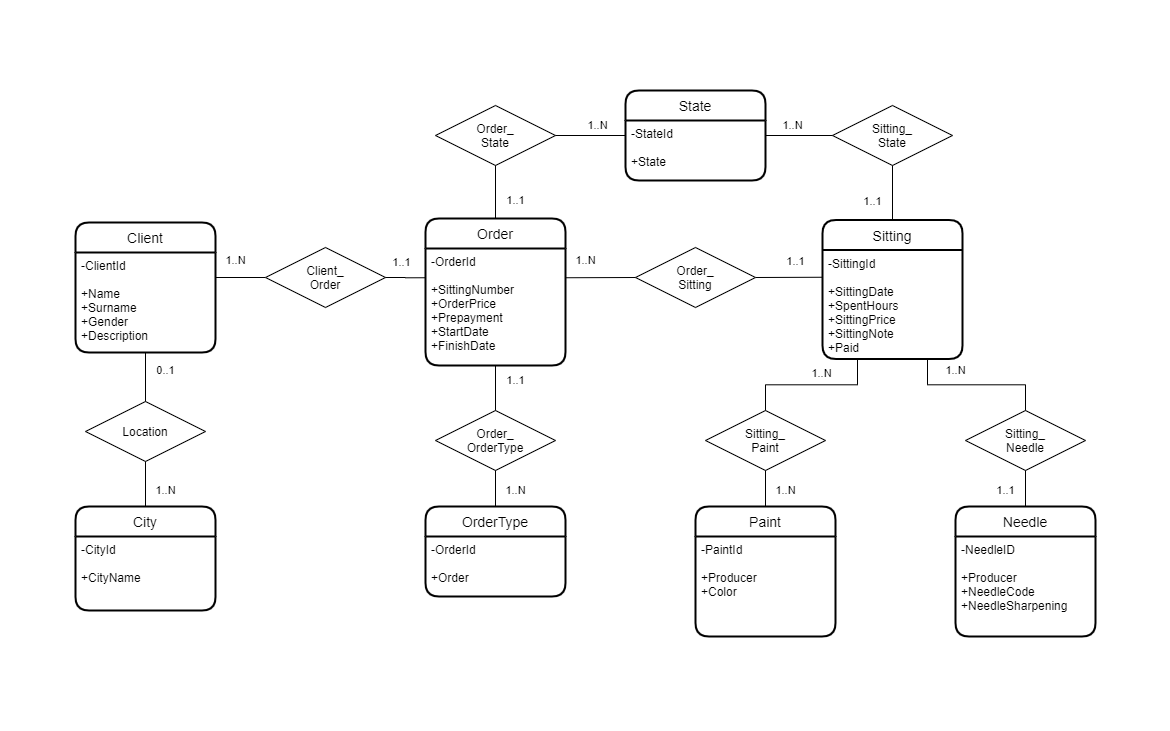
Earlier version of the draw.io export src/main/resources/database/EntityRelationship/MaxTattooER.png (Anathan24/MaxTattoo). Source tidied: cells renumbered, new cells last; positions are measured from the earlier drawing's top-left corner, leaving out a move shared by most shapes. The source it was exported from:
```xml
<mxGraphModel>
  <root>
    <mxCell id="0" />
    <mxCell id="1" parent="0" />
    <mxCell id="2" value="1..N" style="endArrow=none;html=1;rounded=0;exitX=1;exitY=0.25;exitDx=0;exitDy=0;edgeStyle=orthogonalEdgeStyle;entryX=0;entryY=0.5;entryDx=0;entryDy=0;" parent="1" edge="1" source="5" target="11">
      <mxGeometry x="-0.2" y="17" relative="1" as="geometry" />
    </mxCell>
    <mxCell id="3" value="1..1" style="endArrow=none;html=1;rounded=0;exitX=1;exitY=0.5;exitDx=0;exitDy=0;entryX=0;entryY=0.25;entryDx=0;entryDy=0;" parent="1" edge="1" source="10" target="7">
      <mxGeometry x="0.2" y="16" relative="1" as="geometry" />
    </mxCell>
    <mxCell id="4" value="Client" style="swimlane;horizontal=1;startSize=30;rounded=1;fontSize=14;fontStyle=0;strokeWidth=2;shadow=0;dashed=0;align=center;" parent="1" vertex="1">
      <mxGeometry x="75" y="222" width="140" height="130" as="geometry" />
    </mxCell>
    <mxCell id="5" value="-ClientId&#10;&#10;+Name&#10;+Surname&#10;+Gender&#10;+Description" style="align=left;strokeColor=none;fillColor=none;spacingLeft=4;fontSize=12;verticalAlign=top;" parent="4" vertex="1">
      <mxGeometry y="30" width="140" height="100" as="geometry" />
    </mxCell>
    <mxCell id="6" value="Sitting" style="swimlane;horizontal=1;startSize=30;rounded=1;fontSize=14;fontStyle=0;strokeWidth=2;shadow=0;dashed=0;align=center;" parent="1" vertex="1">
      <mxGeometry x="822" y="219.5" width="140" height="139" as="geometry" />
    </mxCell>
    <mxCell id="7" value="-SittingId&#10;&#10;+SittingDate&#10;+SpentHours&#10;+SittingPrice&#10;+SittingNote&#10;+Paid" style="align=left;strokeColor=none;fillColor=none;spacingLeft=4;fontSize=12;verticalAlign=top;" parent="6" vertex="1">
      <mxGeometry y="30" width="140" height="109" as="geometry" />
    </mxCell>
    <mxCell id="8" value="Order" style="swimlane;horizontal=1;startSize=30;rounded=1;fontSize=14;fontStyle=0;strokeWidth=2;shadow=0;dashed=0;align=center;" parent="1" vertex="1">
      <mxGeometry x="425" y="218" width="140" height="147" as="geometry" />
    </mxCell>
    <mxCell id="9" value="-OrderId&#10;&#10;+SittingNumber&#10;+OrderPrice&#10;+Prepayment&#10;+StartDate&#10;+FinishDate" style="align=left;strokeColor=none;fillColor=none;spacingLeft=4;fontSize=12;verticalAlign=top;" parent="8" vertex="1">
      <mxGeometry y="30" width="140" height="117" as="geometry" />
    </mxCell>
    <mxCell id="10" value="Order_&lt;br&gt;Sitting" style="shape=rhombus;perimeter=rhombusPerimeter;whiteSpace=wrap;html=1;align=center;" parent="1" vertex="1">
      <mxGeometry x="635" y="247" width="120" height="60" as="geometry" />
    </mxCell>
    <mxCell id="11" value="Client_&lt;br&gt;Order" style="shape=rhombus;perimeter=rhombusPerimeter;whiteSpace=wrap;html=1;align=center;" parent="1" vertex="1">
      <mxGeometry x="265" y="247" width="120" height="60" as="geometry" />
    </mxCell>
    <mxCell id="12" value="1..1" style="endArrow=none;html=1;rounded=0;exitX=1;exitY=0.5;exitDx=0;exitDy=0;edgeStyle=orthogonalEdgeStyle;entryX=0;entryY=0.25;entryDx=0;entryDy=0;" parent="1" edge="1" source="11" target="9">
      <mxGeometry x="-0.2" y="15" relative="1" as="geometry" />
    </mxCell>
    <mxCell id="13" value="1..N" style="endArrow=none;html=1;rounded=0;entryX=0;entryY=0.5;entryDx=0;entryDy=0;exitX=1;exitY=0.25;exitDx=0;exitDy=0;" parent="1" edge="1" source="9" target="10">
      <mxGeometry x="-0.43" y="17" relative="1" as="geometry" />
    </mxCell>
    <mxCell id="14" value="City" style="swimlane;horizontal=1;startSize=30;rounded=1;fontSize=14;fontStyle=0;strokeWidth=2;shadow=0;dashed=0;align=center;" parent="1" vertex="1">
      <mxGeometry x="75" y="506" width="140" height="104" as="geometry" />
    </mxCell>
    <mxCell id="15" value="-CityId&#10;&#10;+CityName" style="align=left;strokeColor=none;fillColor=none;spacingLeft=4;fontSize=12;verticalAlign=top;" parent="14" vertex="1">
      <mxGeometry y="30" width="140" height="74" as="geometry" />
    </mxCell>
    <mxCell id="16" value="Location" style="shape=rhombus;perimeter=rhombusPerimeter;whiteSpace=wrap;html=1;align=center;" parent="1" vertex="1">
      <mxGeometry x="85" y="401" width="120" height="60" as="geometry" />
    </mxCell>
    <mxCell id="17" value="0..1" style="endArrow=none;html=1;rounded=0;exitX=0.5;exitY=1;exitDx=0;exitDy=0;" parent="1" edge="1" source="5" target="16">
      <mxGeometry x="-0.27" y="20" relative="1" as="geometry" />
    </mxCell>
    <mxCell id="18" value="1..N" style="endArrow=none;html=1;rounded=0;entryX=0.5;entryY=1;entryDx=0;entryDy=0;exitX=0.5;exitY=0;exitDx=0;exitDy=0;" parent="1" edge="1" source="14" target="16">
      <mxGeometry x="-0.29" y="-20" relative="1" as="geometry" />
    </mxCell>
    <mxCell id="19" value="Paint" style="swimlane;horizontal=1;startSize=30;rounded=1;fontSize=14;fontStyle=0;strokeWidth=2;shadow=0;dashed=0;align=center;" parent="1" vertex="1">
      <mxGeometry x="695" y="506" width="140" height="130" as="geometry" />
    </mxCell>
    <mxCell id="20" value="-PaintId&#10;&#10;+Producer&#10;+Color&#10;" style="align=left;strokeColor=none;fillColor=none;spacingLeft=4;fontSize=12;verticalAlign=top;" parent="19" vertex="1">
      <mxGeometry y="30" width="140" height="100" as="geometry" />
    </mxCell>
    <mxCell id="21" value="Needle" style="swimlane;horizontal=1;startSize=30;rounded=1;fontSize=14;fontStyle=0;strokeWidth=2;shadow=0;dashed=0;align=center;" parent="1" vertex="1">
      <mxGeometry x="955" y="506" width="140" height="130" as="geometry" />
    </mxCell>
    <mxCell id="22" value="-NeedleID&#10;&#10;+Producer&#10;+NeedleCode&#10;+NeedleSharpening" style="align=left;strokeColor=none;fillColor=none;spacingLeft=4;fontSize=12;verticalAlign=top;" parent="21" vertex="1">
      <mxGeometry y="30" width="140" height="100" as="geometry" />
    </mxCell>
    <mxCell id="23" value="Sitting_&lt;br&gt;Paint" style="shape=rhombus;perimeter=rhombusPerimeter;whiteSpace=wrap;html=1;align=center;" parent="1" vertex="1">
      <mxGeometry x="705" y="410" width="120" height="60" as="geometry" />
    </mxCell>
    <mxCell id="24" value="Sitting_&lt;br&gt;Needle" style="shape=rhombus;perimeter=rhombusPerimeter;whiteSpace=wrap;html=1;align=center;" parent="1" vertex="1">
      <mxGeometry x="965" y="410" width="120" height="60" as="geometry" />
    </mxCell>
    <mxCell id="25" value="1..N" style="endArrow=none;html=1;rounded=0;exitX=0.75;exitY=1;exitDx=0;exitDy=0;entryX=0.5;entryY=0;entryDx=0;entryDy=0;edgeStyle=orthogonalEdgeStyle;" parent="1" edge="1" source="7" target="24">
      <mxGeometry x="-0.28" y="14" relative="1" as="geometry" />
    </mxCell>
    <mxCell id="26" value="1..1" style="endArrow=none;html=1;rounded=0;exitX=0.5;exitY=0;exitDx=0;exitDy=0;entryX=0.5;entryY=1;entryDx=0;entryDy=0;" parent="1" edge="1" source="21" target="24">
      <mxGeometry x="-0.11" y="20" relative="1" as="geometry" />
    </mxCell>
    <mxCell id="27" value="1..N" style="endArrow=none;html=1;rounded=0;exitX=0.5;exitY=0;exitDx=0;exitDy=0;edgeStyle=orthogonalEdgeStyle;entryX=0.25;entryY=1;entryDx=0;entryDy=0;" parent="1" edge="1" source="23" target="7">
      <mxGeometry x="0.14" y="11" relative="1" as="geometry" />
    </mxCell>
    <mxCell id="28" value="1..N" style="endArrow=none;html=1;rounded=0;exitX=0.5;exitY=0;exitDx=0;exitDy=0;entryX=0.5;entryY=1;entryDx=0;entryDy=0;" parent="1" edge="1" source="19" target="23">
      <mxGeometry x="-0.11" y="-20" relative="1" as="geometry" />
    </mxCell>
    <mxCell id="29" value="State" style="swimlane;horizontal=1;startSize=30;rounded=1;fontSize=14;fontStyle=0;strokeWidth=2;shadow=0;dashed=0;align=center;" parent="1" vertex="1">
      <mxGeometry x="625" y="90" width="140" height="90" as="geometry" />
    </mxCell>
    <mxCell id="30" value="-StateId&#10;&#10;+State" style="align=left;strokeColor=none;fillColor=none;spacingLeft=4;fontSize=12;verticalAlign=top;" parent="29" vertex="1">
      <mxGeometry y="30" width="140" height="60" as="geometry" />
    </mxCell>
    <mxCell id="31" value="Order_&lt;br&gt;State" style="shape=rhombus;perimeter=rhombusPerimeter;whiteSpace=wrap;html=1;align=center;" parent="1" vertex="1">
      <mxGeometry x="435" y="105" width="120" height="60" as="geometry" />
    </mxCell>
    <mxCell id="32" value="Sitting_&lt;br&gt;State" style="shape=rhombus;perimeter=rhombusPerimeter;whiteSpace=wrap;html=1;align=center;" parent="1" vertex="1">
      <mxGeometry x="832" y="105" width="120" height="60" as="geometry" />
    </mxCell>
    <mxCell id="33" value="1..1" style="endArrow=none;html=1;rounded=0;exitX=0.5;exitY=0;exitDx=0;exitDy=0;entryX=0.5;entryY=1;entryDx=0;entryDy=0;" parent="1" edge="1" source="8" target="31">
      <mxGeometry x="-0.32" y="-20" relative="1" as="geometry" />
    </mxCell>
    <mxCell id="34" value="1..N" style="endArrow=none;html=1;rounded=0;exitX=0;exitY=0.25;exitDx=0;exitDy=0;entryX=1;entryY=0.5;entryDx=0;entryDy=0;" parent="1" edge="1" source="30" target="31">
      <mxGeometry x="-0.2" y="-10" relative="1" as="geometry" />
    </mxCell>
    <mxCell id="35" value="1..N" style="endArrow=none;html=1;rounded=0;exitX=1;exitY=0.25;exitDx=0;exitDy=0;entryX=0;entryY=0.5;entryDx=0;entryDy=0;" parent="1" edge="1" source="30" target="32">
      <mxGeometry x="-0.2" y="10" relative="1" as="geometry" />
    </mxCell>
    <mxCell id="36" value="1..1" style="endArrow=none;html=1;rounded=0;exitX=0.5;exitY=0;exitDx=0;exitDy=0;entryX=0.5;entryY=1;entryDx=0;entryDy=0;" parent="1" edge="1" source="6" target="32">
      <mxGeometry x="-0.28" y="20" relative="1" as="geometry">
        <mxPoint y="1" as="offset" />
      </mxGeometry>
    </mxCell>
    <mxCell id="37" value="OrderType" style="swimlane;horizontal=1;startSize=30;rounded=1;fontSize=14;fontStyle=0;strokeWidth=2;shadow=0;dashed=0;align=center;" parent="1" vertex="1">
      <mxGeometry x="425" y="506" width="140" height="90" as="geometry" />
    </mxCell>
    <mxCell id="38" value="-OrderId&#10;&#10;+Order" style="align=left;strokeColor=none;fillColor=none;spacingLeft=4;fontSize=12;verticalAlign=top;" parent="37" vertex="1">
      <mxGeometry y="30" width="140" height="60" as="geometry" />
    </mxCell>
    <mxCell id="39" value="Order_&lt;br&gt;OrderType" style="shape=rhombus;perimeter=rhombusPerimeter;whiteSpace=wrap;html=1;align=center;" parent="1" vertex="1">
      <mxGeometry x="435" y="410" width="120" height="60" as="geometry" />
    </mxCell>
    <mxCell id="40" value="1..1" style="endArrow=none;html=1;rounded=0;exitX=0.5;exitY=0;exitDx=0;exitDy=0;entryX=0.5;entryY=1;entryDx=0;entryDy=0;" parent="1" edge="1" source="39" target="9">
      <mxGeometry x="0.33" y="-20" relative="1" as="geometry" />
    </mxCell>
    <mxCell id="41" value="1..N" style="endArrow=none;html=1;rounded=0;exitX=0.5;exitY=0;exitDx=0;exitDy=0;entryX=0.5;entryY=1;entryDx=0;entryDy=0;" parent="1" edge="1" source="37" target="39">
      <mxGeometry x="-0.11" y="-20" relative="1" as="geometry" />
    </mxCell>
    <mxCell id="42" value="&amp;nbsp;" style="text;html=1;align=center;verticalAlign=middle;" parent="1" vertex="1">
      <mxGeometry x="1149" y="410" width="20" height="20" as="geometry" />
    </mxCell>
    <mxCell id="43" value="&amp;nbsp;" style="text;html=1;align=center;verticalAlign=middle;" parent="1" vertex="1">
      <mxGeometry x="625" y="710" width="20" height="20" as="geometry" />
    </mxCell>
    <mxCell id="44" value="&amp;nbsp;" style="text;html=1;align=center;verticalAlign=middle;" parent="1" vertex="1">
      <mxGeometry y="390" width="20" height="20" as="geometry" />
    </mxCell>
    <mxCell id="45" value="&amp;nbsp;" style="text;html=1;align=center;verticalAlign=middle;" parent="1" vertex="1">
      <mxGeometry x="575" width="20" height="20" as="geometry" />
    </mxCell>
  </root>
</mxGraphModel>
```
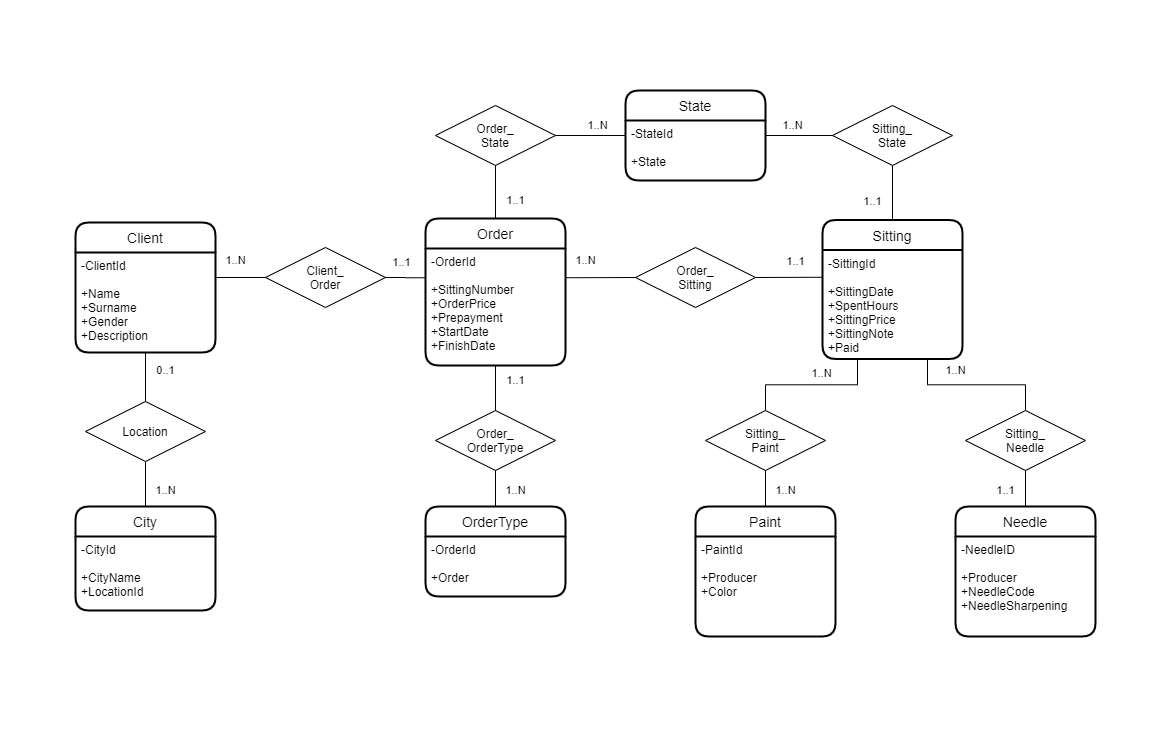
The same diagram one commit later.

Change to the diagram source:
```diff
@@ -41,7 +41,7 @@
     <mxCell id="14" value="City" style="swimlane;horizontal=1;startSize=30;rounded=1;fontSize=14;fontStyle=0;strokeWidth=2;shadow=0;dashed=0;align=center;" parent="1" vertex="1">
       <mxGeometry x="75" y="506" width="140" height="104" as="geometry" />
     </mxCell>
-    <mxCell id="15" value="-CityId&#10;&#10;+CityName" style="align=left;strokeColor=none;fillColor=none;spacingLeft=4;fontSize=12;verticalAlign=top;" parent="14" vertex="1">
+    <mxCell id="15" value="-CityId&#10;&#10;+CityName&#10;+LocationId" style="align=left;strokeColor=none;fillColor=none;spacingLeft=4;fontSize=12;verticalAlign=top;" parent="14" vertex="1">
       <mxGeometry y="30" width="140" height="74" as="geometry" />
     </mxCell>
     <mxCell id="16" value="Location" style="shape=rhombus;perimeter=rhombusPerimeter;whiteSpace=wrap;html=1;align=center;" parent="1" vertex="1">
```
